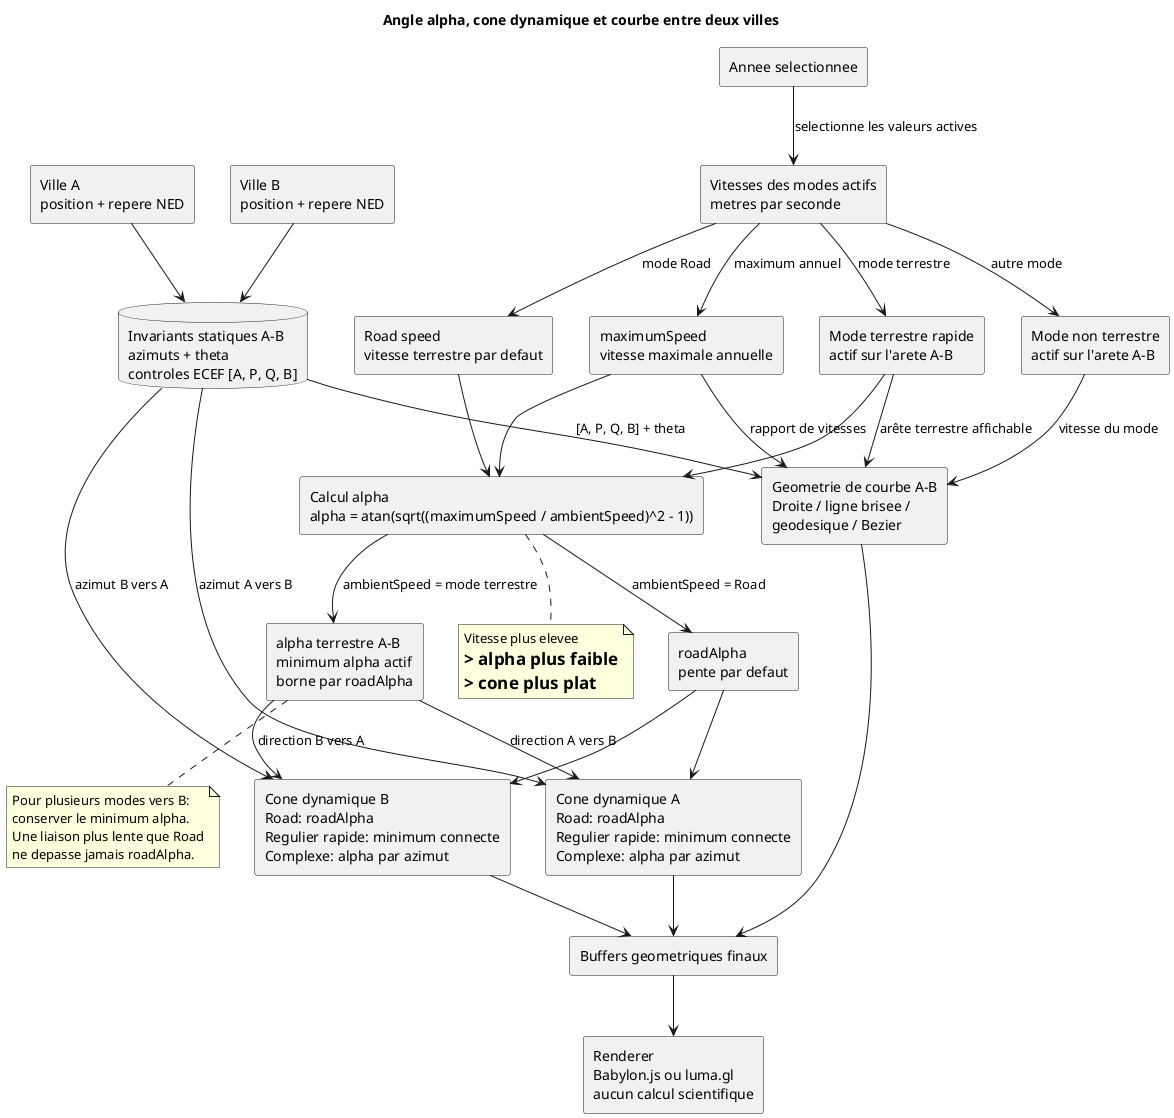
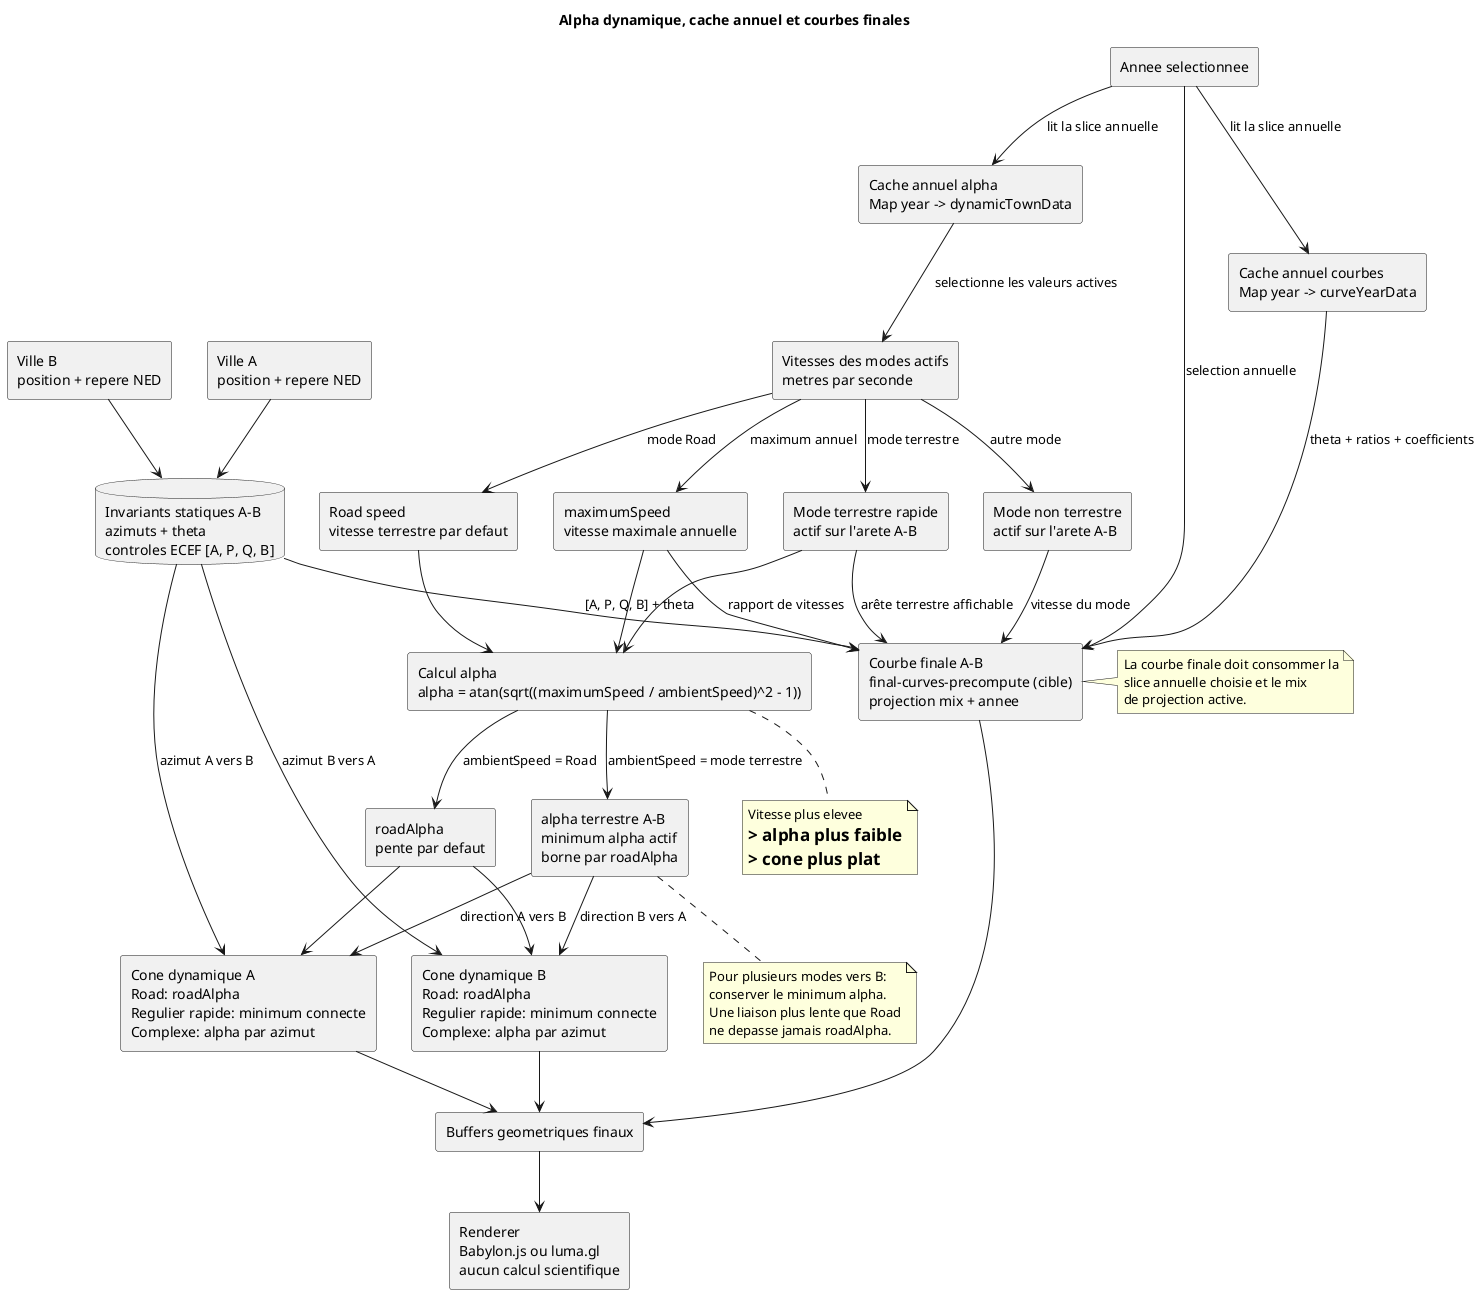
@startuml
- title Angle alpha, cone dynamique et courbe entre deux villes
+ title Alpha dynamique, cache annuel et courbes finales

skinparam componentStyle rectangle
skinparam shadowing false

rectangle "Annee selectionnee" as year
+ rectangle "Cache annuel alpha\nMap year -> dynamicTownData" as alphaCache
+ rectangle "Cache annuel courbes\nMap year -> curveYearData" as curveCache
rectangle "Vitesses des modes actifs\nmetres par seconde" as speeds
rectangle "maximumSpeed\nvitesse maximale annuelle" as maxSpeed
rectangle "Road speed\nvitesse terrestre par defaut" as roadSpeed
rectangle "Mode terrestre rapide\nactif sur l'arete A-B" as terrSpeed
rectangle "Mode non terrestre\nactif sur l'arete A-B" as nonTerrSpeed

component "Calcul alpha\nalpha = atan(sqrt((maximumSpeed / ambientSpeed)^2 - 1))" as alpha
component "roadAlpha\npente par defaut" as roadAlpha
component "alpha terrestre A-B\nminimum alpha actif\nborne par roadAlpha" as edgeAlpha

rectangle "Ville A\nposition + repere NED" as cityA
rectangle "Ville B\nposition + repere NED" as cityB
database "Invariants statiques A-B\nazimuts + theta\ncontroles ECEF [A, P, Q, B]" as invariants

component "Cone dynamique A\nRoad: roadAlpha\nRegulier rapide: minimum connecte\nComplexe: alpha par azimut" as coneA
component "Cone dynamique B\nRoad: roadAlpha\nRegulier rapide: minimum connecte\nComplexe: alpha par azimut" as coneB
- component "Geometrie de courbe A-B\nDroite / ligne brisee /\ngeodesique / Bezier" as curve
+ component "Courbe finale A-B\nfinal-curves-precompute (cible)\nprojection mix + annee" as finalCurve

rectangle "Buffers geometriques finaux" as buffers
rectangle "Renderer\nBabylon.js ou luma.gl\naucun calcul scientifique" as renderer

- year --> speeds : selectionne les valeurs actives
+ year --> alphaCache : lit la slice annuelle
+ year --> curveCache : lit la slice annuelle
+ alphaCache --> speeds : selectionne les valeurs actives
speeds --> maxSpeed : maximum annuel
speeds --> roadSpeed : mode Road
speeds --> terrSpeed : mode terrestre
speeds --> nonTerrSpeed : autre mode

maxSpeed --> alpha
roadSpeed --> alpha
alpha --> roadAlpha : ambientSpeed = Road
terrSpeed --> alpha
alpha --> edgeAlpha : ambientSpeed = mode terrestre

cityA --> invariants
cityB --> invariants

roadAlpha --> coneA
roadAlpha --> coneB
edgeAlpha --> coneA : direction A vers B
edgeAlpha --> coneB : direction B vers A
invariants --> coneA : azimut A vers B
invariants --> coneB : azimut B vers A

- invariants --> curve : [A, P, Q, B] + theta
- nonTerrSpeed --> curve : vitesse du mode
- terrSpeed --> curve : arête terrestre affichable
- maxSpeed --> curve : rapport de vitesses
+ curveCache --> finalCurve : theta + ratios + coefficients
+ invariants --> finalCurve : [A, P, Q, B] + theta
+ nonTerrSpeed --> finalCurve : vitesse du mode
+ terrSpeed --> finalCurve : arête terrestre affichable
+ maxSpeed --> finalCurve : rapport de vitesses
+ year --> finalCurve : selection annuelle

coneA --> buffers
coneB --> buffers
- curve --> buffers
+ finalCurve --> buffers
buffers --> renderer

note bottom of alpha
  Vitesse plus elevee
  => alpha plus faible
  => cone plus plat
end note

note bottom of edgeAlpha
  Pour plusieurs modes vers B:
  conserver le minimum alpha.
  Une liaison plus lente que Road
  ne depasse jamais roadAlpha.
end note
+ 
+ note right of finalCurve
+   La courbe finale doit consommer la
+   slice annuelle choisie et le mix
+   de projection active.
+ end note
@enduml
